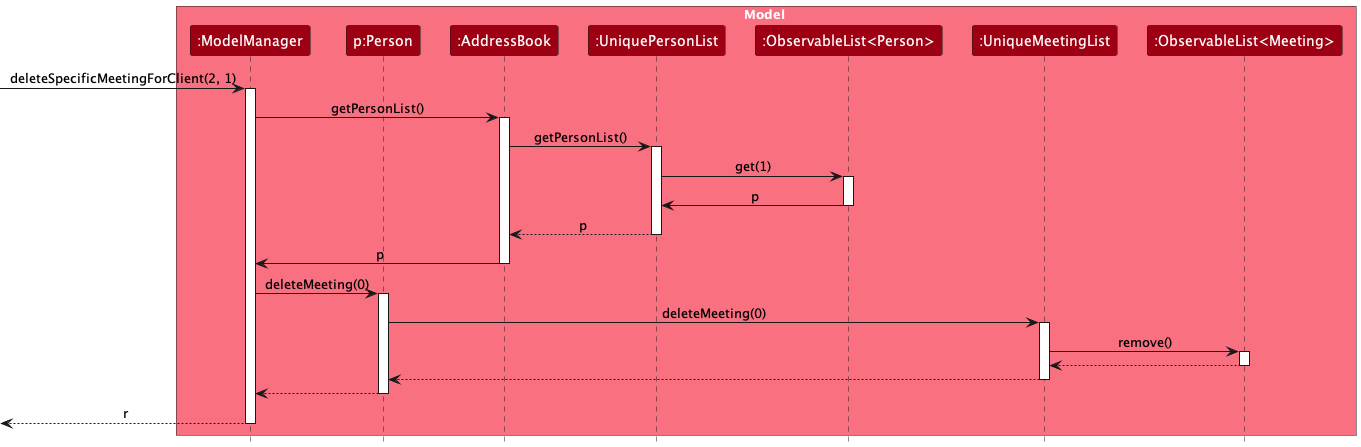
Earlier version of the PlantUML export docs/images/DeleteMeetingSequenceDiagramModel.png (sethteo/tp).
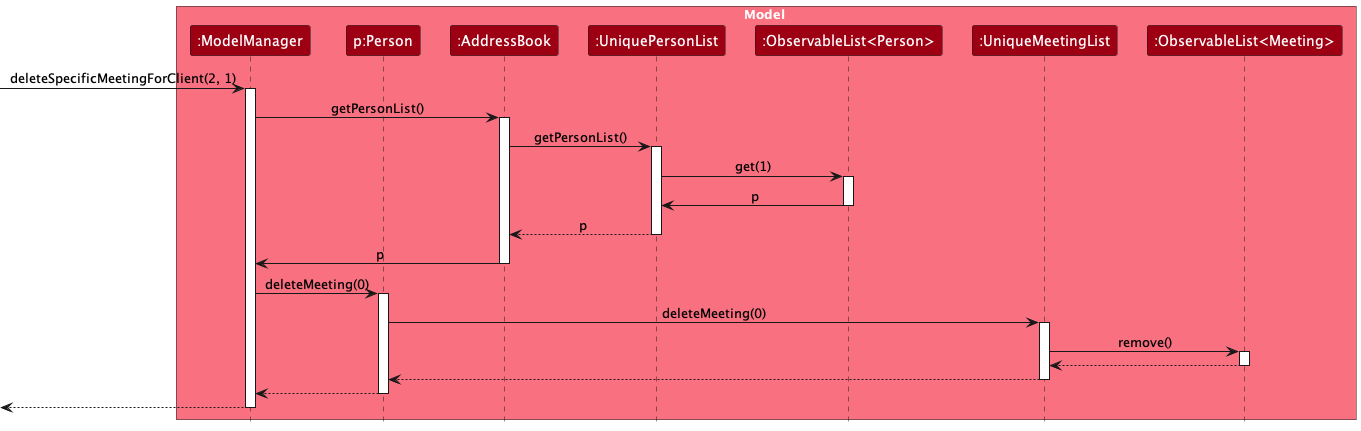
After the commit.

Commit message:
Fix bug in diagram, added break

The edit, as a diff of the source:
```diff
@@ -54,6 +54,6 @@
 Person --> ModelManager
 deactivate Person
 
-[<-- ModelManager : r
+[<-- ModelManager :
 deactivate ModelManager
 @enduml
```
